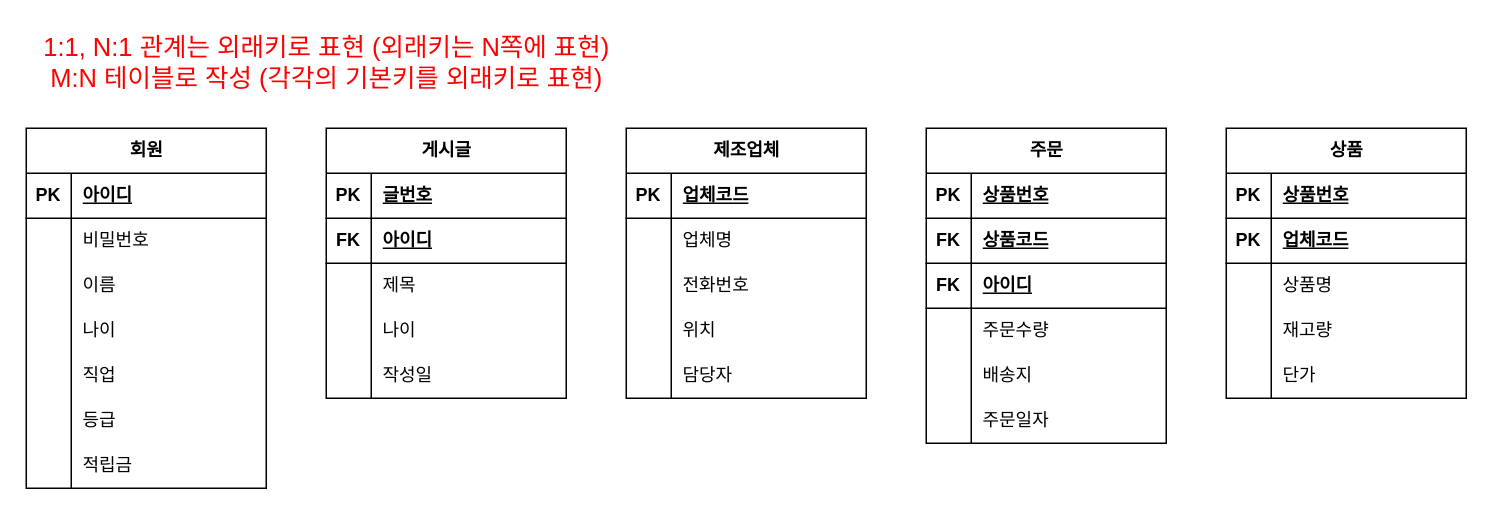
Earlier version of the draw.io diagram page "Page-2" (2 of 4) of erd/hanbit.drawio (juyongs-github/database). Source tidied: cells renumbered, new cells numbered last; positions are measured from the earlier drawing's top-left corner, leaving out a move shared by most shapes. Both pictures are drawn from the tidied source at 150%, with x=0, y=0 at pixel (26, 26).
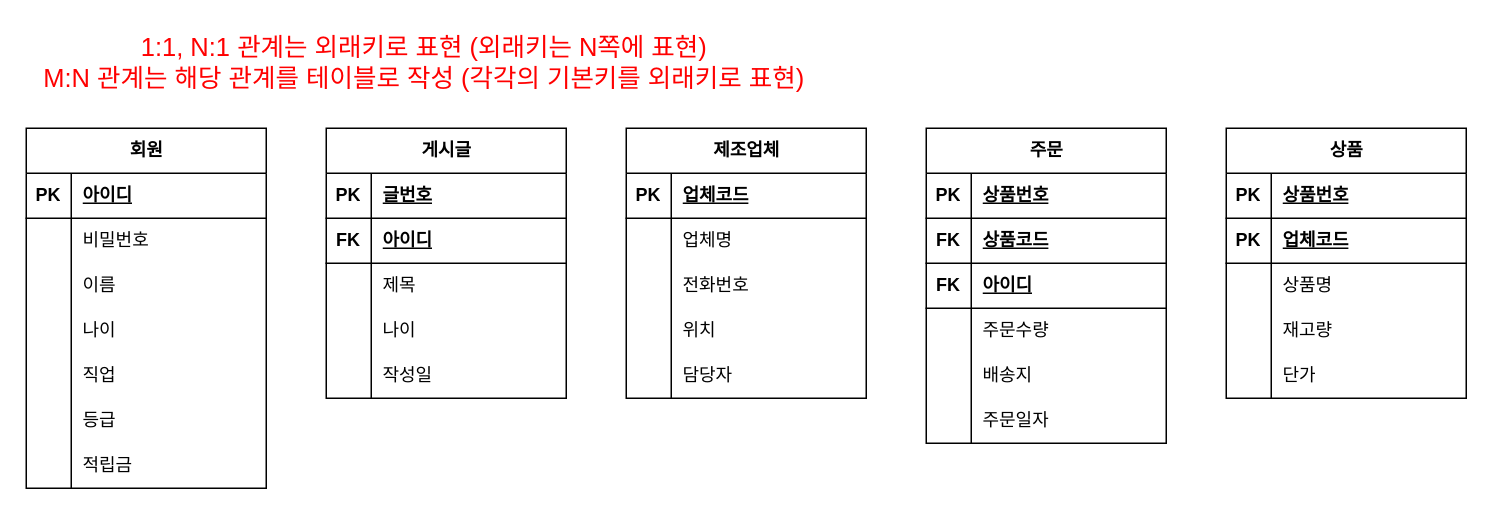
The same page after the edit.

The edit, as a diff of the source:
```diff
@@
-    <mxCell id="75" value="&lt;font style=&quot;color: rgb(255, 0, 0);&quot;&gt;1:1, N:1 관계는 외래키로 표현 (외래키는 N쪽에 표현)&lt;/font&gt;&lt;div&gt;&lt;font style=&quot;color: rgb(255, 0, 0);&quot;&gt;M:N 테이블로 작성 (각각의 기본키를 외래키로 표현&lt;/font&gt;&lt;span style=&quot;background-color: transparent;&quot;&gt;)&lt;/span&gt;&lt;/div&gt;" style="text;html=1;align=center;verticalAlign=middle;strokeColor=none;fillColor=none;fontSize=17;fontColor=#FF0000;" parent="1" vertex="1">
-      <mxGeometry width="400" height="50" as="geometry" />
+    <mxCell id="75" value="&lt;font style=&quot;color: rgb(255, 0, 0);&quot;&gt;1:1, N:1 관계는 외래키로 표현 (외래키는 N쪽에 표현)&lt;/font&gt;&lt;div&gt;&lt;font style=&quot;color: rgb(255, 0, 0);&quot;&gt;M:N 관계는 해당 관계를 테이블로 작성 (각각의 기본키를 외래키로 표현&lt;/font&gt;&lt;span style=&quot;background-color: transparent;&quot;&gt;)&lt;/span&gt;&lt;/div&gt;" style="text;html=1;align=center;verticalAlign=middle;strokeColor=none;fillColor=none;fontSize=17;fontColor=#FF0000;" parent="1" vertex="1">
+      <mxGeometry width="530" height="50" as="geometry" />
     </mxCell>
```
